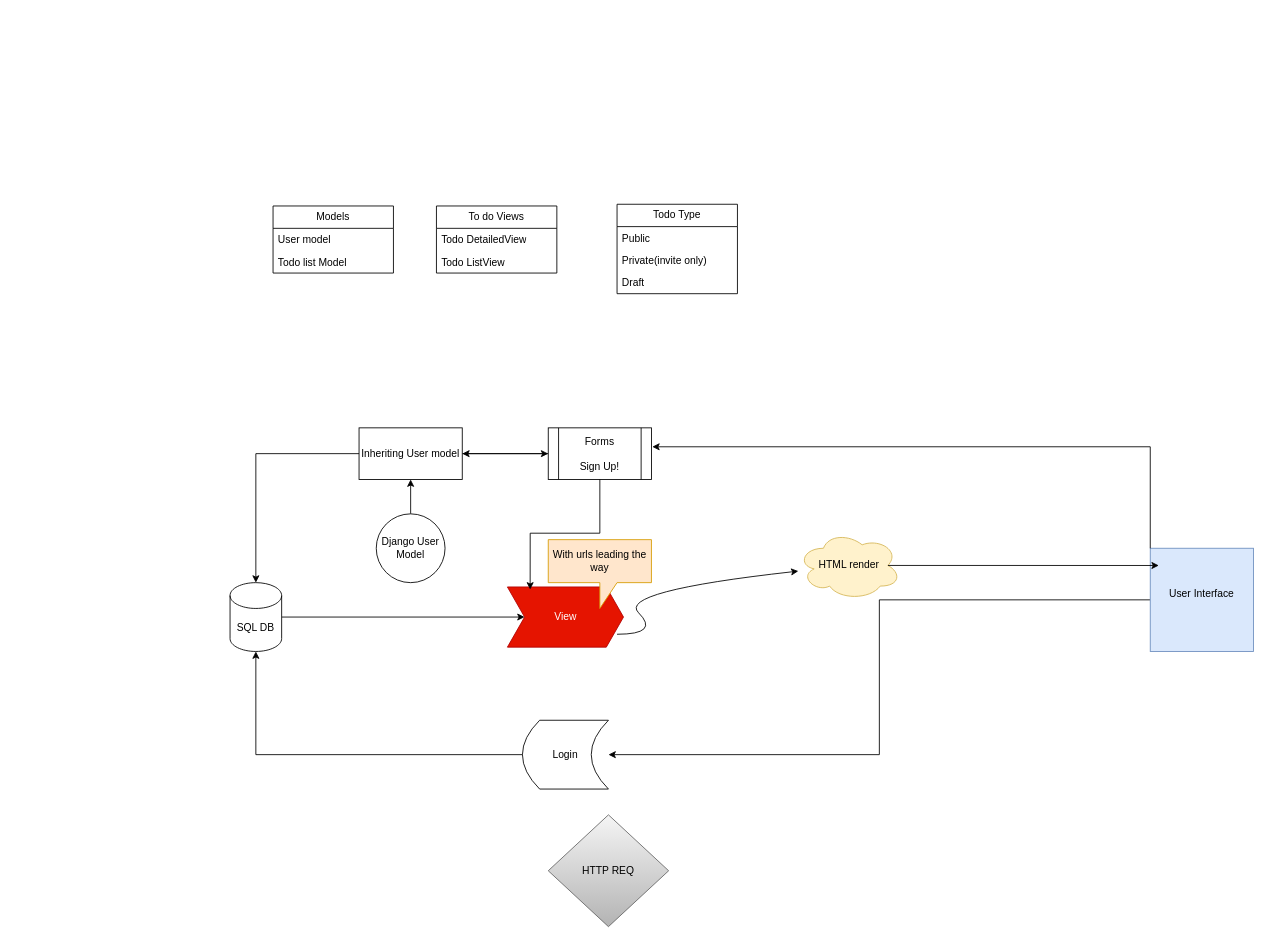
Earlier version of the draw.io diagram Todolist.drawio (Feltuno/Todolists). Source tidied: cells renumbered, new cells numbered last; positions are measured from the earlier drawing's top-left corner, leaving out a move shared by most shapes. Both pictures are drawn from the tidied source at 86%, with x=0, y=0 at pixel (230, 204).
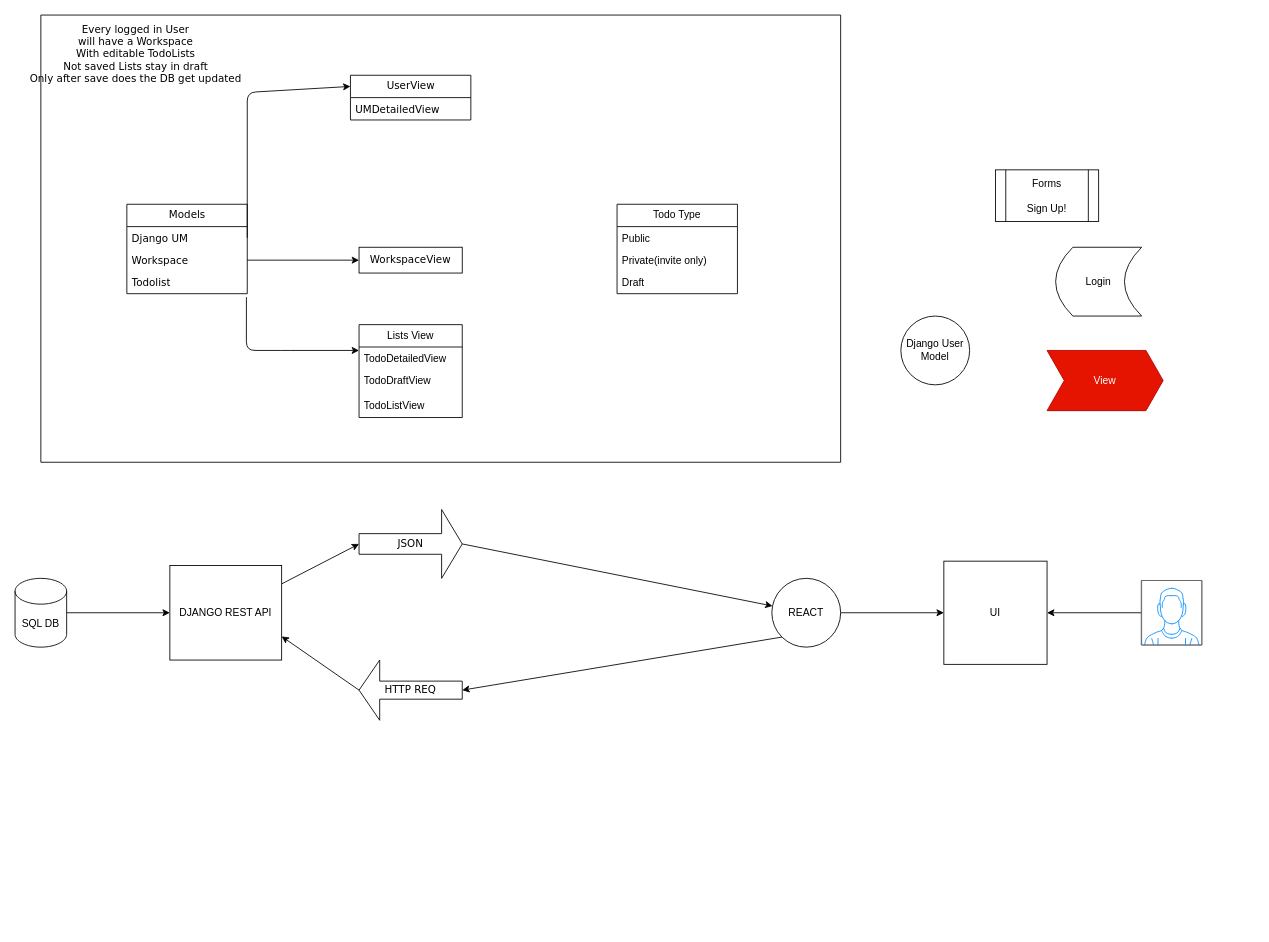
Above is the later version.

Commit message:
drawio updated, more organised thoughts on models and views

What changed in the source:
```diff
@@
-    <mxCell id="2" style="edgeStyle=orthogonalEdgeStyle;rounded=0;jettySize=auto;html=1;exitX=1;exitY=0.5;exitDx=0;exitDy=0;exitPerimeter=0;entryX=0;entryY=0.5;entryDx=0;entryDy=0;" parent="1" edge="1" source="3" target="6">
-      <mxGeometry relative="1" as="geometry" />
-    </mxCell>
+    <mxCell id="33" style="edgeStyle=none;html=1;" parent="1" edge="1" source="3" target="36">
+      <mxGeometry relative="1" as="geometry" />
+    </mxCell>
-    <mxCell id="3" value="SQL DB" style="shape=cylinder3;whiteSpace=wrap;html=1;boundedLbl=1;backgroundOutline=1;size=15;" parent="1" vertex="1">
-      <mxGeometry y="440" width="60" height="80" as="geometry" />
+    <mxCell id="3" value="SQL DB" style="shape=cylinder3;whiteSpace=wrap;html=1;boundedLbl=1;backgroundOutline=1;size=15;rounded=0;" parent="1" vertex="1">
+      <mxGeometry x="-250" y="435" width="60" height="80" as="geometry" />
     </mxCell>
-    <mxCell id="4" style="edgeStyle=orthogonalEdgeStyle;rounded=0;jettySize=auto;html=1;" parent="1" edge="1" source="5" target="14">
-      <mxGeometry relative="1" as="geometry" />
-    </mxCell>
-    <mxCell id="5" value="&lt;div&gt;Django User Model&lt;/div&gt;" style="ellipse;whiteSpace=wrap;html=1;" parent="1" vertex="1">
-      <mxGeometry x="170" y="360" width="80" height="80" as="geometry" />
+    <mxCell id="5" value="&lt;div&gt;Django User Model&lt;/div&gt;" style="ellipse;whiteSpace=wrap;html=1;rounded=0;" parent="1" vertex="1">
+      <mxGeometry x="780" y="130" width="80" height="80" as="geometry" />
     </mxCell>
-    <mxCell id="6" value="View" style="shape=step;perimeter=stepPerimeter;whiteSpace=wrap;html=1;fixedSize=1;size=20;fillColor=#e51400;strokeColor=#B20000;fontColor=#ffffff;" parent="1" vertex="1">
-      <mxGeometry x="322.5" y="445" width="135" height="70" as="geometry" />
+    <mxCell id="6" value="View" style="shape=step;perimeter=stepPerimeter;whiteSpace=wrap;html=1;fixedSize=1;size=20;fillColor=#e51400;strokeColor=#B20000;fontColor=#ffffff;rounded=0;" parent="1" vertex="1">
+      <mxGeometry x="950" y="170" width="135" height="70" as="geometry" />
     </mxCell>
-    <mxCell id="7" style="edgeStyle=orthogonalEdgeStyle;rounded=0;jettySize=auto;html=1;entryX=1;entryY=0.5;entryDx=0;entryDy=0;" parent="1" edge="1" source="8" target="11">
-      <mxGeometry relative="1" as="geometry" />
-    </mxCell>
-    <mxCell id="8" value="&lt;div&gt;User Interface&lt;/div&gt;&lt;div&gt;&lt;br&gt;&lt;/div&gt;" style="whiteSpace=wrap;html=1;fillColor=#dae8fc;strokeColor=#6c8ebf;" parent="1" vertex="1">
-      <mxGeometry x="1070" y="400" width="120" height="120" as="geometry" />
+    <mxCell id="8" value="&lt;div&gt;UI&lt;/div&gt;" style="whiteSpace=wrap;html=1;rounded=0;" parent="1" vertex="1">
+      <mxGeometry x="830" y="415" width="120" height="120" as="geometry" />
     </mxCell>
-    <mxCell id="9" style="edgeStyle=orthogonalEdgeStyle;rounded=0;jettySize=auto;html=1;exitX=0;exitY=0.5;exitDx=0;exitDy=0;" parent="1" edge="1" source="10" target="14">
-      <mxGeometry relative="1" as="geometry" />
-    </mxCell>
-    <mxCell id="10" value="&lt;div&gt;Forms&lt;/div&gt;&lt;div&gt;&lt;br&gt;&lt;/div&gt;Sign Up!" style="shape=process;whiteSpace=wrap;html=1;backgroundOutline=1;" parent="1" vertex="1">
-      <mxGeometry x="370" y="260" width="120" height="60" as="geometry" />
+    <mxCell id="10" value="&lt;div&gt;Forms&lt;/div&gt;&lt;div&gt;&lt;br&gt;&lt;/div&gt;Sign Up!" style="shape=process;whiteSpace=wrap;html=1;backgroundOutline=1;rounded=0;" parent="1" vertex="1">
+      <mxGeometry x="890" y="-40" width="120" height="60" as="geometry" />
     </mxCell>
-    <mxCell id="11" value="Login" style="shape=dataStorage;whiteSpace=wrap;html=1;fixedSize=1;" parent="1" vertex="1">
-      <mxGeometry x="340" y="600" width="100" height="80" as="geometry" />
+    <mxCell id="11" value="Login" style="shape=dataStorage;whiteSpace=wrap;html=1;fixedSize=1;rounded=0;" parent="1" vertex="1">
+      <mxGeometry x="960" y="50" width="100" height="80" as="geometry" />
     </mxCell>
-    <mxCell id="12" value="&lt;div&gt;With urls leading the way&lt;/div&gt;" style="shape=callout;whiteSpace=wrap;html=1;perimeter=calloutPerimeter;fillColor=#ffe6cc;strokeColor=#d79b00;" parent="1" vertex="1">
-      <mxGeometry x="370" y="390" width="120" height="80" as="geometry" />
-    </mxCell>
-    <mxCell id="13" style="edgeStyle=orthogonalEdgeStyle;rounded=0;jettySize=auto;html=1;exitX=1;exitY=0.5;exitDx=0;exitDy=0;entryX=0;entryY=0.5;entryDx=0;entryDy=0;" parent="1" edge="1" source="14" target="10">
-      <mxGeometry relative="1" as="geometry" />
-    </mxCell>
-    <mxCell id="14" value="&lt;div&gt;Inheriting User model&lt;/div&gt;" style="whiteSpace=wrap;html=1;" parent="1" vertex="1">
-      <mxGeometry x="150" y="260" width="120" height="60" as="geometry" />
-    </mxCell>
-    <mxCell id="15" style="curved=1;endArrow=classic;html=1;rounded=0;" parent="1" edge="1" target="17">
-      <mxGeometry relative="1" as="geometry">
-        <mxPoint x="450" y="500" as="sourcePoint" />
-        <Array as="points">
-          <mxPoint x="500" y="500" />
-          <mxPoint x="450" y="450" />
-        </Array>
-      </mxGeometry>
-    </mxCell>
-    <mxCell id="16" style="edgeStyle=orthogonalEdgeStyle;rounded=0;jettySize=auto;html=1;exitX=0;exitY=0.5;exitDx=0;exitDy=0;entryX=0.5;entryY=1;entryDx=0;entryDy=0;entryPerimeter=0;" parent="1" edge="1" source="11" target="3">
-      <mxGeometry relative="1" as="geometry" />
-    </mxCell>
-    <mxCell id="17" value="&lt;div&gt;HTML render&lt;/div&gt;" style="ellipse;shape=cloud;whiteSpace=wrap;html=1;fillColor=#fff2cc;strokeColor=#d6b656;" parent="1" vertex="1">
-      <mxGeometry x="660" y="380" width="120" height="80" as="geometry" />
-    </mxCell>
-    <mxCell id="18" style="edgeStyle=orthogonalEdgeStyle;rounded=0;jettySize=auto;html=1;exitX=0.875;exitY=0.5;exitDx=0;exitDy=0;exitPerimeter=0;entryX=0.083;entryY=0.167;entryDx=0;entryDy=0;entryPerimeter=0;" parent="1" edge="1" source="17" target="8">
-      <mxGeometry relative="1" as="geometry" />
-    </mxCell>
-    <mxCell id="19" style="edgeStyle=orthogonalEdgeStyle;rounded=0;jettySize=auto;html=1;exitX=0.5;exitY=1;exitDx=0;exitDy=0;entryX=0.196;entryY=0.043;entryDx=0;entryDy=0;entryPerimeter=0;" parent="1" edge="1" source="10" target="6">
-      <mxGeometry relative="1" as="geometry" />
-    </mxCell>
-    <mxCell id="20" style="edgeStyle=orthogonalEdgeStyle;rounded=0;jettySize=auto;html=1;exitX=0;exitY=0.5;exitDx=0;exitDy=0;entryX=0.5;entryY=0;entryDx=0;entryDy=0;entryPerimeter=0;" parent="1" edge="1" source="14" target="3">
-      <mxGeometry relative="1" as="geometry" />
-    </mxCell>
-    <mxCell id="21" style="edgeStyle=orthogonalEdgeStyle;rounded=0;jettySize=auto;html=1;exitX=0;exitY=0;exitDx=0;exitDy=0;entryX=1.008;entryY=0.367;entryDx=0;entryDy=0;entryPerimeter=0;" parent="1" edge="1" source="8" target="10">
-      <mxGeometry relative="1" as="geometry" />
-    </mxCell>
-    <mxCell id="22" value="HTTP REQ" style="rhombus;whiteSpace=wrap;html=1;fillColor=#f5f5f5;strokeColor=#666666;gradientColor=#b3b3b3;" parent="1" vertex="1">
-      <mxGeometry x="370" y="710" width="140" height="130" as="geometry" />
-    </mxCell>
-    <mxCell id="23" value="Models" style="swimlane;fontStyle=0;horizontal=1;startSize=26;fillColor=none;whiteSpace=wrap;html=1;" parent="1" vertex="1">
-      <mxGeometry x="50" y="2" width="140" height="78" as="geometry" />
-    </mxCell>
-    <mxCell id="24" value="&lt;div&gt;User model&lt;/div&gt;&lt;div&gt;&lt;br&gt;&lt;/div&gt;" style="text;strokeColor=none;fillColor=none;align=left;verticalAlign=top;spacingLeft=4;spacingRight=4;overflow=hidden;whiteSpace=wrap;html=1;" parent="23" vertex="1">
-      <mxGeometry y="26" width="140" height="26" as="geometry" />
-    </mxCell>
-    <mxCell id="25" value="Todo list Model" style="text;strokeColor=none;fillColor=none;align=left;verticalAlign=top;spacingLeft=4;spacingRight=4;overflow=hidden;whiteSpace=wrap;html=1;" parent="23" vertex="1">
-      <mxGeometry y="52" width="140" height="26" as="geometry" />
-    </mxCell>
-    <mxCell id="26" value="To do Views" style="swimlane;fontStyle=0;horizontal=1;startSize=26;fillColor=none;whiteSpace=wrap;html=1;" parent="1" vertex="1">
-      <mxGeometry x="240" y="2" width="140" height="78" as="geometry" />
+    <mxCell id="26" value="Lists View" style="swimlane;fontStyle=0;horizontal=1;startSize=26;fillColor=none;whiteSpace=wrap;html=1;rounded=0;" parent="1" vertex="1">
+      <mxGeometry x="150" y="140" width="120" height="108" as="geometry" />
     </mxCell>
-    <mxCell id="27" value="Todo DetailedView" style="text;strokeColor=none;fillColor=none;align=left;verticalAlign=top;spacingLeft=4;spacingRight=4;overflow=hidden;whiteSpace=wrap;html=1;" parent="26" vertex="1">
-      <mxGeometry y="26" width="140" height="26" as="geometry" />
+    <mxCell id="27" value="TodoDetailedView" style="text;strokeColor=none;fillColor=none;align=left;verticalAlign=top;spacingLeft=4;spacingRight=4;overflow=hidden;whiteSpace=wrap;html=1;rounded=0;" parent="26" vertex="1">
+      <mxGeometry y="26" width="120" height="26" as="geometry" />
     </mxCell>
-    <mxCell id="28" value="Todo ListView" style="text;strokeColor=none;fillColor=none;align=left;verticalAlign=top;spacingLeft=4;spacingRight=4;overflow=hidden;whiteSpace=wrap;html=1;" parent="26" vertex="1">
-      <mxGeometry y="52" width="140" height="26" as="geometry" />
+    <mxCell id="28" value="TodoDraftView" style="text;strokeColor=none;fillColor=none;align=left;verticalAlign=top;spacingLeft=4;spacingRight=4;overflow=hidden;whiteSpace=wrap;html=1;rounded=0;" parent="26" vertex="1">
+      <mxGeometry y="52" width="120" height="28" as="geometry" />
     </mxCell>
+    <mxCell id="34" value="TodoListView" style="text;strokeColor=none;fillColor=none;align=left;verticalAlign=top;spacingLeft=4;spacingRight=4;overflow=hidden;whiteSpace=wrap;html=1;rounded=0;" parent="26" vertex="1">
+      <mxGeometry y="80" width="120" height="28" as="geometry" />
+    </mxCell>
-    <mxCell id="29" value="Todo Type" style="swimlane;fontStyle=0;horizontal=1;startSize=26;fillColor=none;whiteSpace=wrap;html=1;" parent="1" vertex="1">
+    <mxCell id="29" value="Todo Type" style="swimlane;fontStyle=0;horizontal=1;startSize=26;fillColor=none;whiteSpace=wrap;html=1;rounded=0;" parent="1" vertex="1">
       <mxGeometry x="450" width="140" height="104" as="geometry" />
     </mxCell>
-    <mxCell id="30" value="Public" style="text;strokeColor=none;fillColor=none;align=left;verticalAlign=top;spacingLeft=4;spacingRight=4;overflow=hidden;whiteSpace=wrap;html=1;" parent="29" vertex="1">
+    <mxCell id="30" value="Public" style="text;strokeColor=none;fillColor=none;align=left;verticalAlign=top;spacingLeft=4;spacingRight=4;overflow=hidden;whiteSpace=wrap;html=1;rounded=0;" parent="29" vertex="1">
       <mxGeometry y="26" width="140" height="26" as="geometry" />
     </mxCell>
-    <mxCell id="31" value="Private(invite only)" style="text;strokeColor=none;fillColor=none;align=left;verticalAlign=top;spacingLeft=4;spacingRight=4;overflow=hidden;whiteSpace=wrap;html=1;" parent="29" vertex="1">
+    <mxCell id="31" value="Private(invite only)" style="text;strokeColor=none;fillColor=none;align=left;verticalAlign=top;spacingLeft=4;spacingRight=4;overflow=hidden;whiteSpace=wrap;html=1;rounded=0;" parent="29" vertex="1">
       <mxGeometry y="52" width="140" height="26" as="geometry" />
     </mxCell>
-    <mxCell id="32" value="Draft" style="text;strokeColor=none;fillColor=none;align=left;verticalAlign=top;spacingLeft=4;spacingRight=4;overflow=hidden;whiteSpace=wrap;html=1;" parent="29" vertex="1">
+    <mxCell id="32" value="Draft" style="text;strokeColor=none;fillColor=none;align=left;verticalAlign=top;spacingLeft=4;spacingRight=4;overflow=hidden;whiteSpace=wrap;html=1;rounded=0;" parent="29" vertex="1">
       <mxGeometry y="78" width="140" height="26" as="geometry" />
     </mxCell>
+    <mxCell id="35" style="edgeStyle=none;html=1;entryX=0;entryY=0.5;entryDx=0;entryDy=0;entryPerimeter=0;" parent="1" edge="1" source="36" target="42">
+      <mxGeometry relative="1" as="geometry" />
+    </mxCell>
+    <mxCell id="36" value="DJANGO REST API" style="whiteSpace=wrap;html=1;rounded=0;" parent="1" vertex="1">
+      <mxGeometry x="-70" y="420" width="130" height="110" as="geometry" />
+    </mxCell>
+    <mxCell id="37" style="edgeStyle=none;html=1;exitX=1;exitY=0.5;exitDx=0;exitDy=0;exitPerimeter=0;" parent="1" edge="1" source="42" target="40">
+      <mxGeometry relative="1" as="geometry" />
+    </mxCell>
+    <mxCell id="38" style="edgeStyle=none;html=1;" parent="1" edge="1" source="40" target="8">
+      <mxGeometry relative="1" as="geometry" />
+    </mxCell>
+    <mxCell id="39" style="edgeStyle=none;html=1;exitX=0;exitY=1;exitDx=0;exitDy=0;entryX=0;entryY=0.5;entryDx=0;entryDy=0;entryPerimeter=0;fontFamily=Verdana;" parent="1" edge="1" source="40" target="22">
+      <mxGeometry relative="1" as="geometry" />
+    </mxCell>
+    <mxCell id="40" value="REACT" style="ellipse;whiteSpace=wrap;html=1;rounded=0;" parent="1" vertex="1">
+      <mxGeometry x="630" y="435" width="80" height="80" as="geometry" />
+    </mxCell>
+    <mxCell id="41" style="edgeStyle=none;html=1;exitX=1;exitY=0.5;exitDx=0;exitDy=0;exitPerimeter=0;entryX=1;entryY=0.75;entryDx=0;entryDy=0;fontFamily=Verdana;" parent="1" edge="1" source="22" target="36">
+      <mxGeometry relative="1" as="geometry" />
+    </mxCell>
+    <mxCell id="22" value="HTTP REQ" style="shape=singleArrow;direction=west;whiteSpace=wrap;html=1;fontFamily=Verdana;" parent="1" vertex="1">
+      <mxGeometry x="150" y="530" width="120" height="70" as="geometry" />
+    </mxCell>
+    <mxCell id="42" value="JSON" style="shape=singleArrow;whiteSpace=wrap;html=1;fontFamily=Verdana;" parent="1" vertex="1">
+      <mxGeometry x="150" y="355" width="120" height="80" as="geometry" />
+    </mxCell>
+    <mxCell id="23" value="Models" style="swimlane;fontStyle=0;horizontal=1;startSize=26;fillColor=none;html=1;fontFamily=Verdana;" parent="1" vertex="1">
+      <mxGeometry x="-120" width="140" height="104" as="geometry" />
+    </mxCell>
+    <mxCell id="43" value="Django UM" style="text;strokeColor=none;fillColor=none;align=left;verticalAlign=top;spacingLeft=4;spacingRight=4;overflow=hidden;points=[[0,0.5],[1,0.5]];portConstraint=eastwest;whiteSpace=wrap;html=1;fontFamily=Verdana;" parent="23" vertex="1">
+      <mxGeometry y="26" width="140" height="26" as="geometry" />
+    </mxCell>
+    <mxCell id="44" value="Workspace" style="text;strokeColor=none;fillColor=none;align=left;verticalAlign=top;spacingLeft=4;spacingRight=4;overflow=hidden;points=[[0,0.5],[1,0.5]];portConstraint=eastwest;whiteSpace=wrap;html=1;fontFamily=Verdana;" parent="23" vertex="1">
+      <mxGeometry y="52" width="140" height="26" as="geometry" />
+    </mxCell>
+    <mxCell id="45" value="Todolist" style="text;strokeColor=none;fillColor=none;align=left;verticalAlign=top;spacingLeft=4;spacingRight=4;overflow=hidden;points=[[0,0.5],[1,0.5]];portConstraint=eastwest;whiteSpace=wrap;html=1;fontFamily=Verdana;" parent="23" vertex="1">
+      <mxGeometry y="78" width="140" height="26" as="geometry" />
+    </mxCell>
+    <mxCell id="46" style="edgeStyle=none;html=1;fontFamily=Verdana;exitX=0.993;exitY=1.154;exitDx=0;exitDy=0;exitPerimeter=0;" parent="1" edge="1" source="45">
+      <mxGeometry relative="1" as="geometry">
+        <mxPoint x="150" y="170" as="targetPoint" />
+        <Array as="points">
+          <mxPoint x="19" y="170" />
+          <mxPoint x="60" y="170" />
+        </Array>
+      </mxGeometry>
+    </mxCell>
+    <mxCell id="47" value="WorkspaceView" style="whiteSpace=wrap;html=1;fontFamily=Verdana;" parent="1" vertex="1">
+      <mxGeometry x="150" y="50" width="120" height="30" as="geometry" />
+    </mxCell>
+    <mxCell id="48" style="edgeStyle=none;html=1;exitX=1;exitY=0.5;exitDx=0;exitDy=0;fontFamily=Verdana;" parent="1" edge="1" source="44" target="47">
+      <mxGeometry relative="1" as="geometry" />
+    </mxCell>
+    <mxCell id="49" value="UserView" style="swimlane;fontStyle=0;horizontal=1;startSize=26;fillColor=none;html=1;fontFamily=Verdana;" parent="1" vertex="1">
+      <mxGeometry x="140" y="-150" width="140" height="52" as="geometry" />
+    </mxCell>
+    <mxCell id="50" value="UMDetailedView" style="text;strokeColor=none;fillColor=none;align=left;verticalAlign=top;spacingLeft=4;spacingRight=4;overflow=hidden;whiteSpace=wrap;html=1;fontFamily=Verdana;" parent="49" vertex="1">
+      <mxGeometry y="26" width="140" height="26" as="geometry" />
+    </mxCell>
+    <mxCell id="51" style="edgeStyle=none;html=1;exitX=1;exitY=0.5;exitDx=0;exitDy=0;entryX=0;entryY=0.25;entryDx=0;entryDy=0;fontFamily=Verdana;" parent="1" edge="1" source="43" target="49">
+      <mxGeometry relative="1" as="geometry">
+        <Array as="points">
+          <mxPoint x="20" y="-130" />
+        </Array>
+      </mxGeometry>
+    </mxCell>
+    <mxCell id="52" style="swimlane;startSize=0;fontFamily=Verdana;" parent="1" vertex="1">
+      <mxGeometry x="-220" y="-220" width="930" height="520" as="geometry" />
+    </mxCell>
+    <mxCell id="53" value="Every logged in User &lt;br&gt;will have a Workspace&lt;br&gt;With editable TodoLists&lt;br&gt;Not saved Lists stay in draft&lt;br&gt;Only after save does the DB get updated&lt;br&gt;" style="text;html=1;align=center;verticalAlign=middle;strokeColor=none;fillColor=none;fontFamily=Verdana;" parent="52" vertex="1">
+      <mxGeometry width="220" height="90" as="geometry" />
+    </mxCell>
+    <mxCell id="54" style="edgeStyle=none;html=1;entryX=1;entryY=0.5;entryDx=0;entryDy=0;fontFamily=Verdana;" parent="1" edge="1" source="55" target="8">
+      <mxGeometry relative="1" as="geometry" />
+    </mxCell>
+    <mxCell id="55" style="verticalLabelPosition=bottom;shadow=0;dashed=0;align=center;html=1;verticalAlign=top;strokeWidth=1;shape=mxgraph.mockup.containers.userMale;strokeColor=#666666;strokeColor2=#008cff;fontFamily=Verdana;" parent="1" vertex="1">
+      <mxGeometry x="1060" y="437.5" width="70" height="75" as="geometry" />
+    </mxCell>
```
